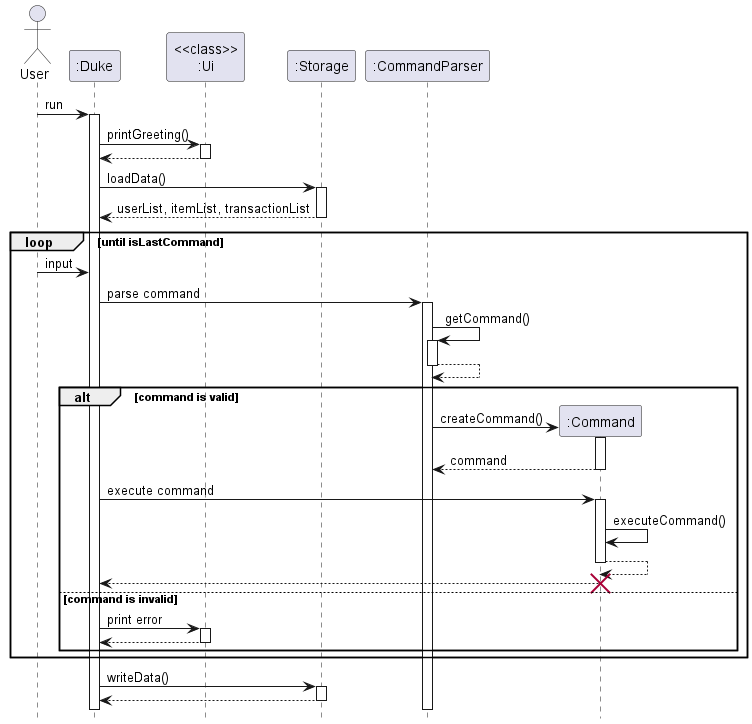
Earlier version of the PlantUML export docs/images/DukeSequence.png (nus-cs2113-AY2223S1/tp). Its source is kept beside it as docs/diagrams/duke/DukeSequence.puml. Source of this version:
```plantuml
@startuml
hide footbox

Actor User
User -> ":Duke" : run
activate ":Duke"
":Duke" -> "<<class>>\n:Ui" : printGreeting()
activate "<<class>>\n:Ui"
"<<class>>\n:Ui" --> ":Duke"
deactivate "<<class>>\n:Ui"
":Duke" -> ":Storage" : loadData()
activate ":Storage"
return userList, itemList, transactionList
loop until isLastCommand
    User -> ":Duke" : input
    ":Duke" -> ":CommandParser" : parse command
    activate ":CommandParser"
    ":CommandParser" -> ":CommandParser" : getCommand()
    activate ":CommandParser"
    ":CommandParser" --> ":CommandParser"
    deactivate ":CommandParser"

    alt command is valid
        create ":Command"
        ":CommandParser" -> ":Command": createCommand()
        activate ":Command"
        return command
        ":Duke" -> ":Command" : execute command
        activate ":Command"
        ":Command" -> ":Command" : executeCommand()
        ":Command" --> ":Command"
        deactivate ":Command"
        ":Command" --> ":Duke"
        deactivate ":Command"
        destroy ":Command"

    else command is invalid
        ":Duke" -> "<<class>>\n:Ui" : print error
        activate "<<class>>\n:Ui"
        "<<class>>\n:Ui" --> ":Duke"
        deactivate "<<class>>\n:Ui"
    end
end

":Duke" -> ":Storage" : writeData()
activate ":Storage"
return

@enduml
```
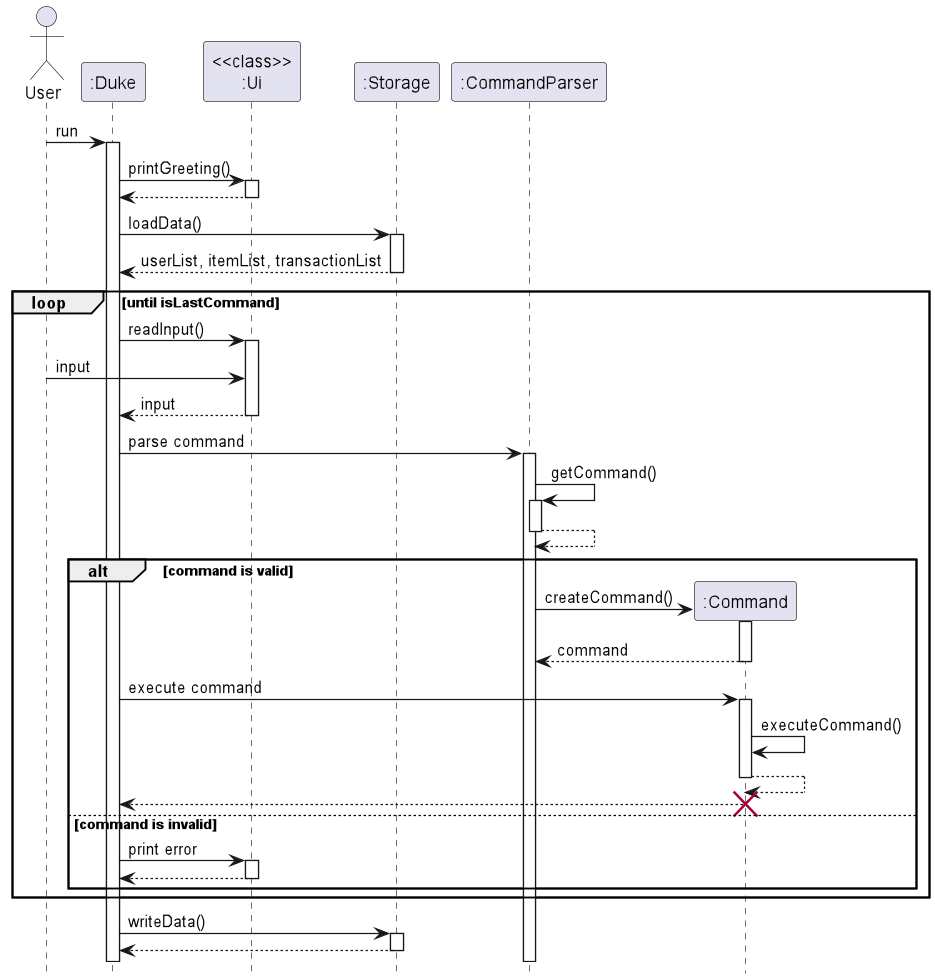
After the change.

What changed in the source:
```diff
@@ -12,7 +12,10 @@
 activate ":Storage"
 return userList, itemList, transactionList
 loop until isLastCommand
-    User -> ":Duke" : input
+    ":Duke" -> "<<class>>\n:Ui": readInput()
+    activate "<<class>>\n:Ui"
+    User -> "<<class>>\n:Ui" : input
+    return input
     ":Duke" -> ":CommandParser" : parse command
     activate ":CommandParser"
     ":CommandParser" -> ":CommandParser" : getCommand()
```
